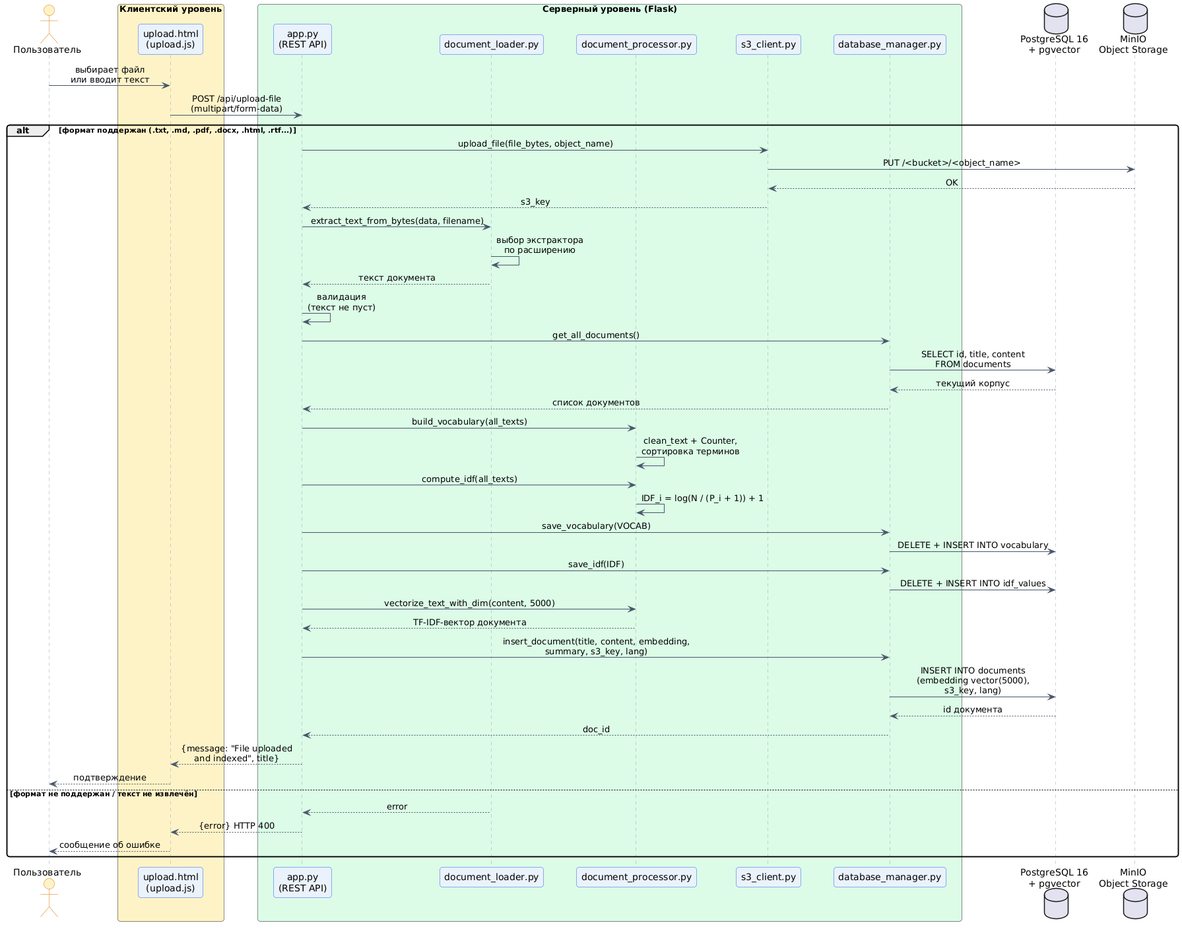
Earlier version of the PlantUML export EYAZIS/2_2/EYAZIS_report/png/sequence_indexing.png (KillRmnv/BSUIR).
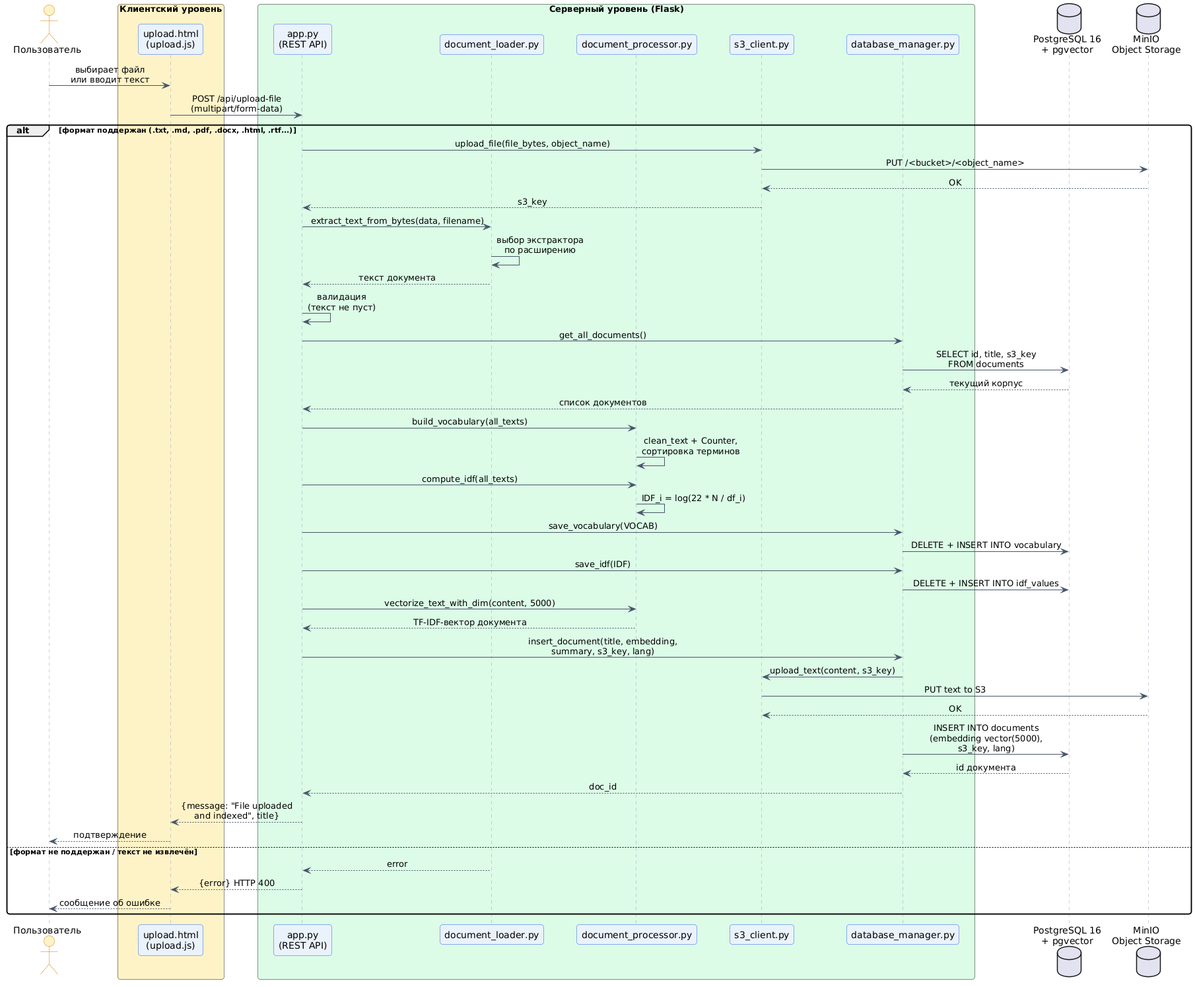
After the change.

Diff of the diagram source:
```diff
@@ -46,14 +46,14 @@
     API -> API : валидация\n(текст не пуст)
 
     API -> DBM : get_all_documents()
-    DBM -> DB : SELECT id, title, content\nFROM documents
+    DBM -> DB : SELECT id, title, s3_key\nFROM documents
     DB --> DBM : текущий корпус
     DBM --> API : список документов
 
     API -> DP : build_vocabulary(all_texts)
     DP -> DP : clean_text + Counter,\nсортировка терминов
     API -> DP : compute_idf(all_texts)
-    DP -> DP : IDF_i = log(N / (P_i + 1)) + 1
+    DP -> DP : IDF_i = log(22 * N / df_i)
 
     API -> DBM : save_vocabulary(VOCAB)
     DBM -> DB : DELETE + INSERT INTO vocabulary
@@ -63,7 +63,10 @@
     API -> DP : vectorize_text_with_dim(content, 5000)
     DP --> API : TF-IDF-вектор документа
 
-    API -> DBM : insert_document(title, content, embedding,\nsummary, s3_key, lang)
+    API -> DBM : insert_document(title, embedding,\nsummary, s3_key, lang)
+    DBM -> S3 : upload_text(content, s3_key)
+    S3 -> MINIO : PUT text to S3
+    MINIO --> S3 : OK
     DBM -> DB : INSERT INTO documents\n(embedding vector(5000),\ns3_key, lang)
     DB --> DBM : id документа
     DBM --> API : doc_id
```
